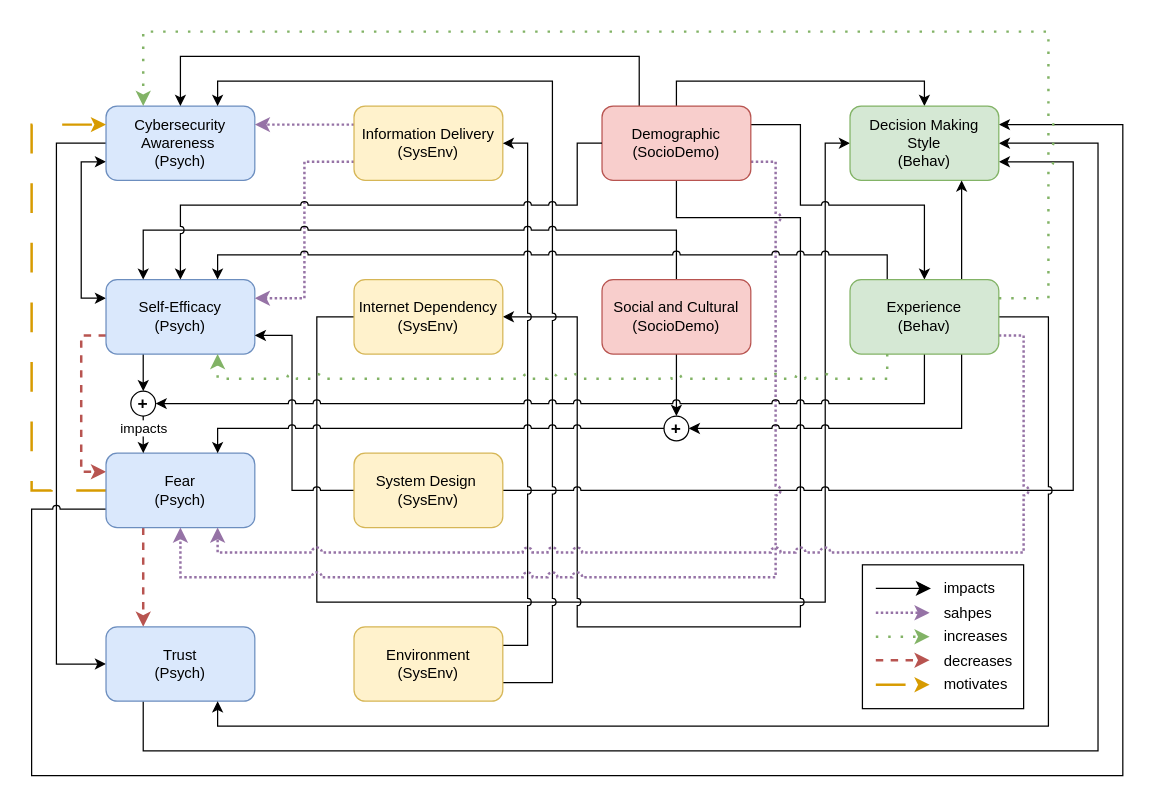
Above: page "Colored Version" (2 of 5) of Diagrams/Codebook.drawio in HooradAboo/I-CLAIM (draw.io), before the change. Source tidied: cells renumbered, new cells numbered last; positions are measured from the earlier drawing's top-left corner, leaving out a move shared by most shapes. Both pictures are drawn from the tidied source at 124%, with x=0, y=0 at pixel (31, 31).
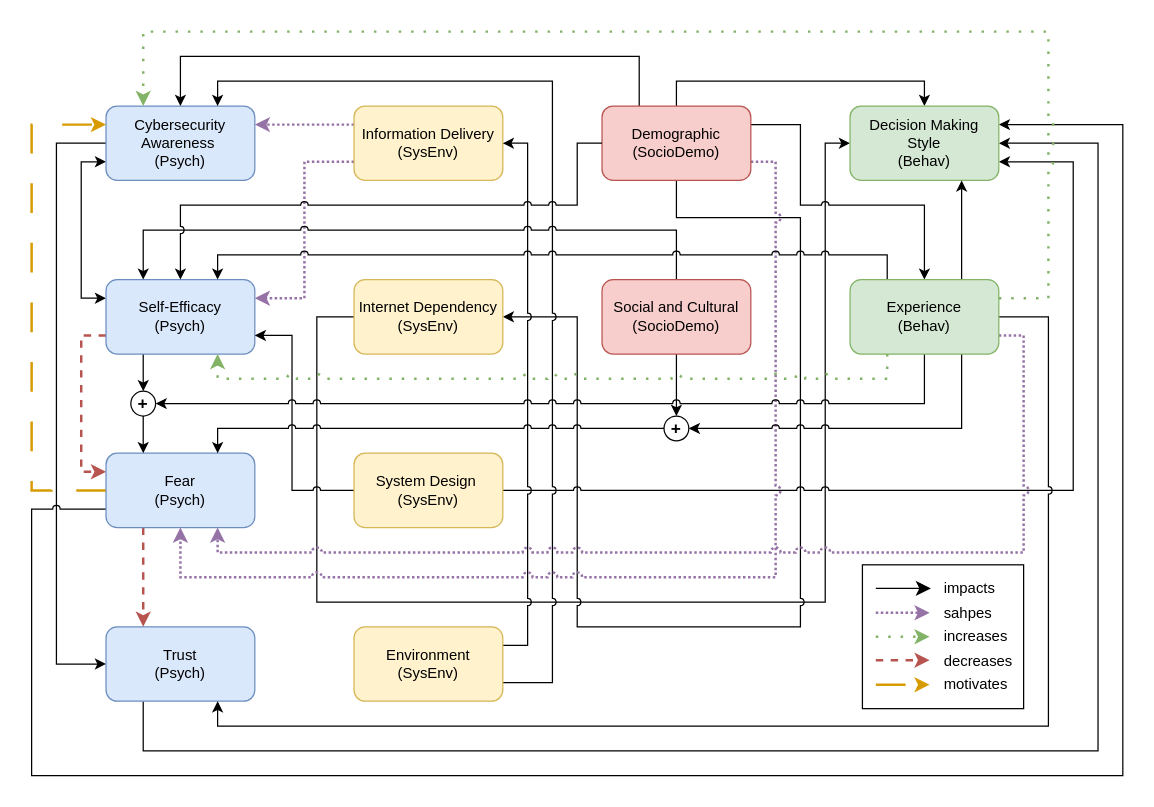
Above is the later version.

The change refers to these unchanged cells:
```xml
<mxCell id="11" value="Fear&lt;br&gt;(Psych)" style="rounded=1;whiteSpace=wrap;html=1;fillColor=#dae8fc;strokeColor=#6c8ebf;" parent="1" vertex="1">
  <mxGeometry x="60" y="340" width="120" height="60" as="geometry" />
</mxCell>
<mxCell id="48" value="&lt;font style=&quot;font-size: 14px;&quot;&gt;&lt;b&gt;+&lt;/b&gt;&lt;/font&gt;" style="ellipse;whiteSpace=wrap;html=1;fontFamily=Helvetica;fontSize=11;fontColor=default;labelBackgroundColor=default;" parent="1" vertex="1">
  <mxGeometry x="80" y="290" width="20" height="20" as="geometry" />
</mxCell>
```

What changed in the source:
```diff
@@
-    <mxCell id="47" value="impacts" style="edgeStyle=orthogonalEdgeStyle;shape=connector;rounded=0;jumpStyle=arc;jettySize=auto;html=1;exitX=0.5;exitY=1;exitDx=0;exitDy=0;entryX=0.25;entryY=0;entryDx=0;entryDy=0;strokeColor=default;align=left;verticalAlign=middle;fontFamily=Helvetica;fontSize=11;fontColor=default;labelBackgroundColor=default;endArrow=classic;" parent="1" edge="1" source="48" target="11">
+    <mxCell id="47" style="edgeStyle=orthogonalEdgeStyle;shape=connector;rounded=0;jumpStyle=arc;jettySize=auto;html=1;exitX=0.5;exitY=1;exitDx=0;exitDy=0;entryX=0.25;entryY=0;entryDx=0;entryDy=0;strokeColor=default;align=left;verticalAlign=middle;fontFamily=Helvetica;fontSize=11;fontColor=default;labelBackgroundColor=default;endArrow=classic;" parent="1" edge="1" source="48" target="11">
       <mxGeometry x="-0.33" y="-20" relative="1" as="geometry" />
     </mxCell>
```
